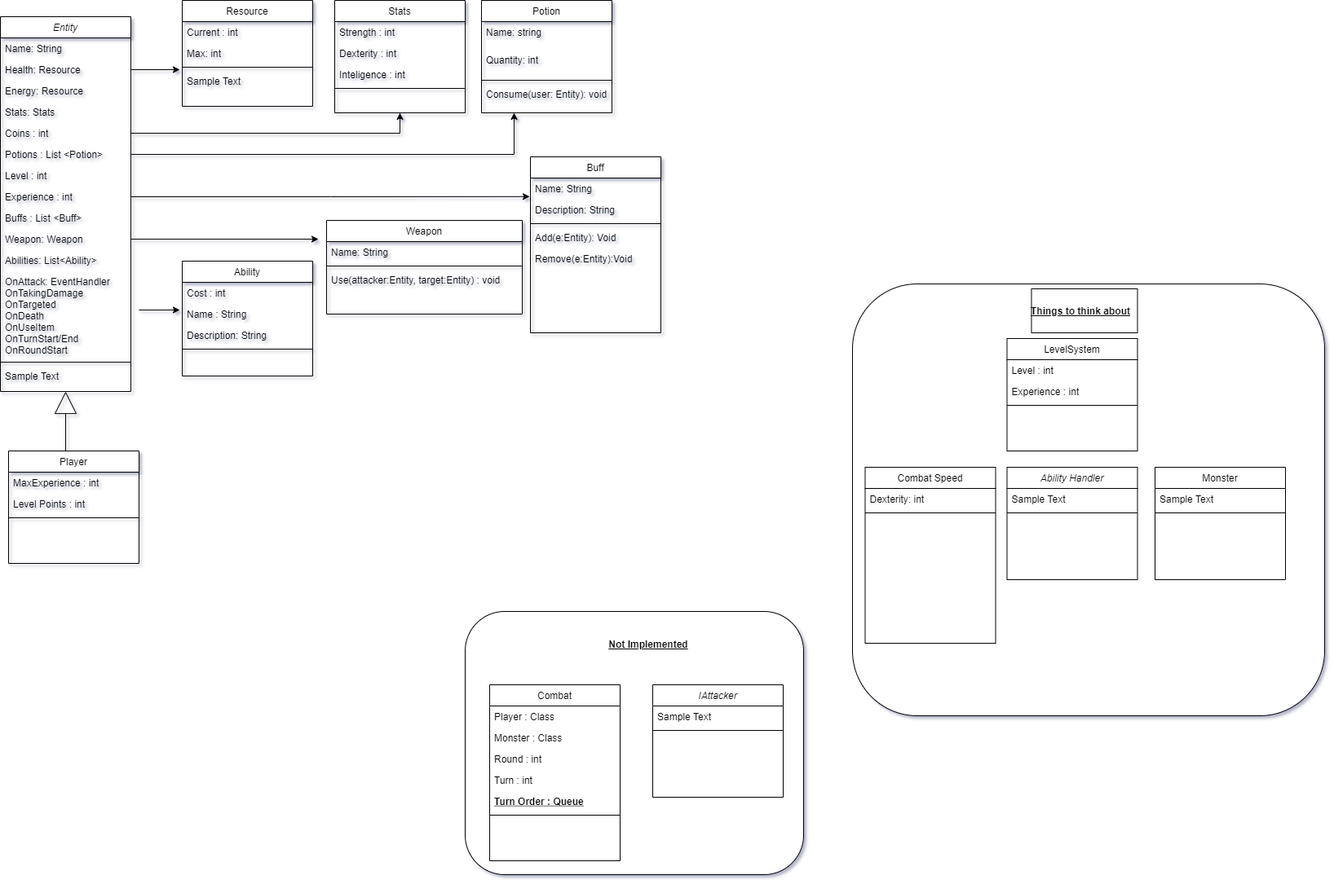
The draw.io diagram Documentation/SharpGame.png in DLegend1/SharpGame, before a commit. Source tidied: cells renumbered, new cells last; positions are measured from the earlier drawing's top-left corner, leaving out a move shared by most shapes.
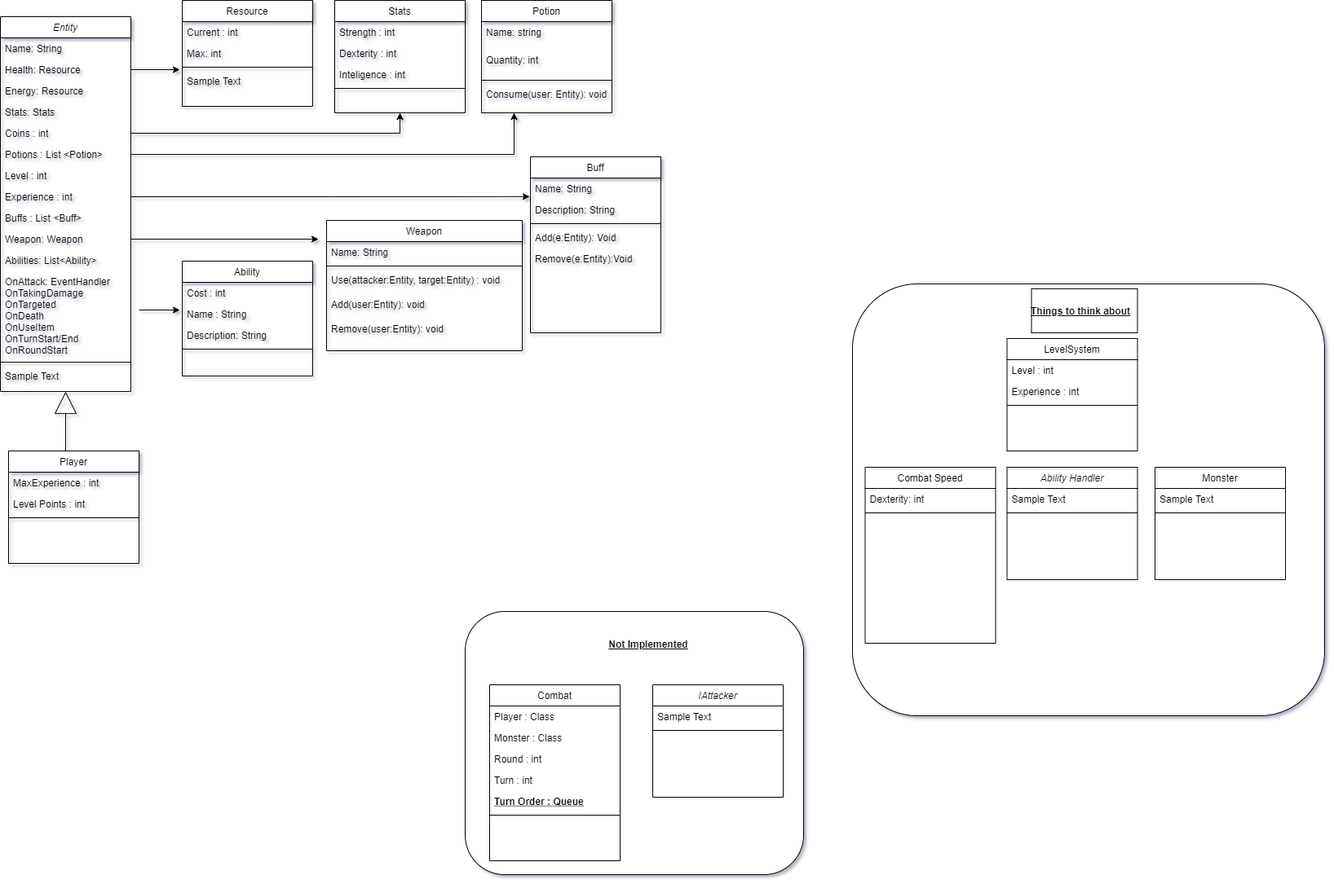
Later version of the same file.

Commit message:
Added Quantity to Potions and updated the Diagram

The edit, as a diff of the source:
```diff
@@ -211,7 +211,7 @@
       <mxGeometry y="86" width="160" height="26" as="geometry" />
     </mxCell>
     <mxCell id="70" value="Weapon" style="swimlane;fontStyle=0;align=center;verticalAlign=top;horizontal=1;startSize=26;rounded=0;shadow=0;strokeWidth=1;" parent="1" vertex="1">
-      <mxGeometry x="400" y="270" width="240" height="115" as="geometry" />
+      <mxGeometry x="400" y="270" width="240" height="160" as="geometry" />
     </mxCell>
     <mxCell id="71" value="Name: String" style="text;align=left;verticalAlign=top;spacingLeft=4;spacingRight=4;overflow=hidden;" parent="70" vertex="1">
       <mxGeometry y="26" width="240" height="26" as="geometry" />
@@ -220,8 +220,14 @@
       <mxGeometry y="52" width="240" height="8" as="geometry" />
     </mxCell>
     <mxCell id="73" value="Use(attacker:Entity, target:Entity) : void" style="text;align=left;verticalAlign=top;spacingLeft=4;spacingRight=4;overflow=hidden;" parent="70" vertex="1">
-      <mxGeometry y="60" width="240" height="40" as="geometry" />
+      <mxGeometry y="60" width="240" height="30" as="geometry" />
     </mxCell>
+    <mxCell id="86" value="Add(user:Entity): void" style="text;align=left;verticalAlign=top;spacingLeft=4;spacingRight=4;overflow=hidden;" parent="70" vertex="1">
+      <mxGeometry y="90" width="240" height="30" as="geometry" />
+    </mxCell>
+    <mxCell id="87" value="Remove(user:Entity): void" style="text;align=left;verticalAlign=top;spacingLeft=4;spacingRight=4;overflow=hidden;" parent="70" vertex="1">
+      <mxGeometry y="120" width="240" height="30" as="geometry" />
+    </mxCell>
     <mxCell id="74" value="Not Implemented" style="text;html=1;strokeColor=none;fillColor=none;align=center;verticalAlign=middle;whiteSpace=wrap;rounded=0;fontStyle=5;" parent="1" vertex="1">
       <mxGeometry x="720" y="780" width="150" height="20" as="geometry" />
     </mxCell>
```
